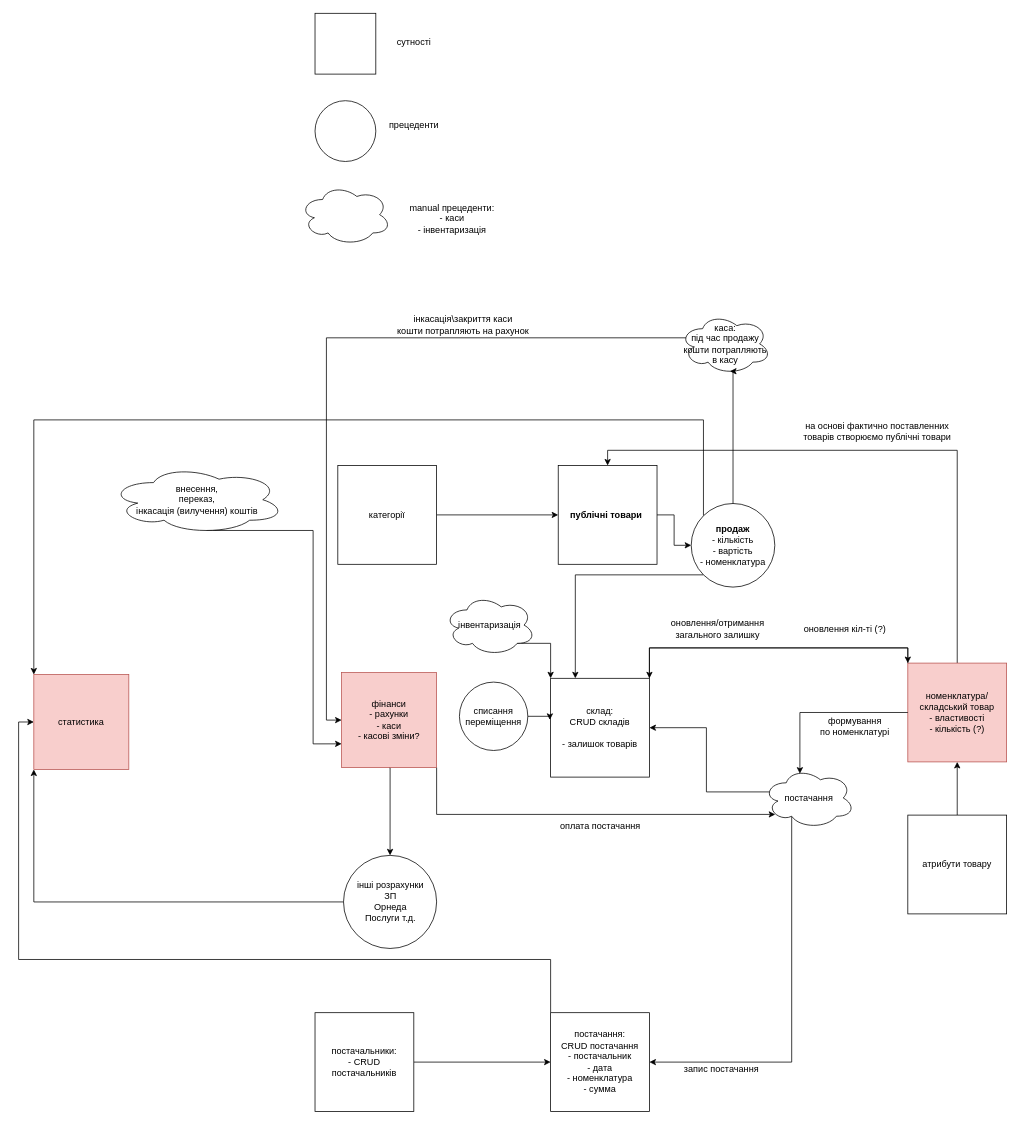
The draw.io diagram Диаграмма без названия.drawio in KostrebaDV/draw, before the edit. Source tidied: cells renumbered, new cells numbered last; positions are measured from the earlier drawing's top-left corner, leaving out a move shared by most shapes. Both pictures are drawn from the tidied source at 76%, with x=0, y=0 at pixel (18, 13).
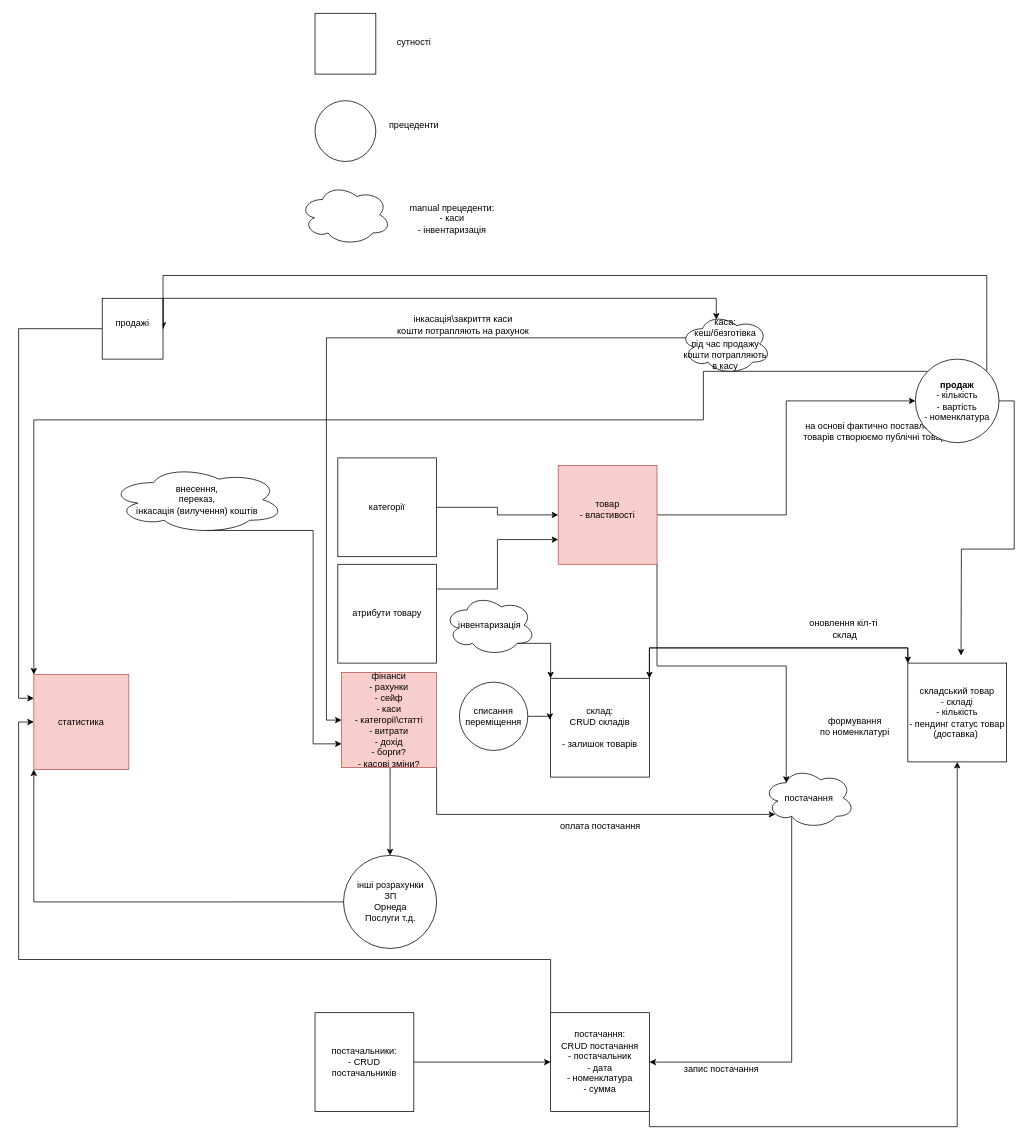
The same page after the edit.

Unchanged cells that the change refers to:
```xml
<mxCell id="8" value="склад:&lt;div&gt;CRUD складів&lt;/div&gt;&lt;div&gt;&lt;br&gt;&lt;/div&gt;&lt;div&gt;- залишок товарів&lt;/div&gt;" style="whiteSpace=wrap;html=1;" parent="1" vertex="1">
  <mxGeometry x="700" y="875" width="130" height="130" as="geometry" />
</mxCell>
<mxCell id="13" value="постачання:&lt;div&gt;CRUD постачання&lt;/div&gt;&lt;div&gt;- постачальник&lt;/div&gt;&lt;div&gt;- дата&lt;/div&gt;&lt;div&gt;- номенклатура&lt;/div&gt;&lt;div&gt;- сумма&lt;/div&gt;" style="whiteSpace=wrap;html=1;" parent="1" vertex="1">
  <mxGeometry x="700" y="1315" width="130" height="130" as="geometry" />
</mxCell>
<mxCell id="40" value="статистика" style="whiteSpace=wrap;html=1;fillColor=#f8cecc;strokeColor=#b85450;" parent="1" vertex="1">
  <mxGeometry x="20" y="870" width="125" height="125" as="geometry" />
</mxCell>
<mxCell id="47" value="постачання" style="ellipse;shape=cloud;whiteSpace=wrap;html=1;" parent="1" vertex="1">
  <mxGeometry x="980" y="992.5" width="120" height="80" as="geometry" />
</mxCell>
```

What changed in the source:
```diff
@@
-    <mxCell id="2" style="edgeStyle=orthogonalEdgeStyle;rounded=0;jettySize=auto;html=1;exitX=0.5;exitY=0;exitDx=0;exitDy=0;entryX=0.5;entryY=0;entryDx=0;entryDy=0;" parent="1" edge="1" source="3" target="5">
-      <mxGeometry relative="1" as="geometry" />
-    </mxCell>
-    <mxCell id="3" value="номенклатура/&lt;div&gt;складський товар&lt;div&gt;- властивості&lt;/div&gt;&lt;div&gt;- кількість (?&lt;span style=&quot;background-color: initial;&quot;&gt;)&lt;/span&gt;&lt;/div&gt;&lt;/div&gt;" style="whiteSpace=wrap;html=1;fillColor=#f8cecc;strokeColor=#b85450;" parent="1" vertex="1">
+    <mxCell id="3" value="&lt;div&gt;складський товар&lt;div&gt;- складі&lt;/div&gt;&lt;div&gt;- кількість&lt;/div&gt;&lt;div&gt;- пендинг статус товар (доставка)&amp;nbsp;&lt;/div&gt;&lt;/div&gt;" style="whiteSpace=wrap;html=1;" parent="1" vertex="1">
       <mxGeometry x="1170" y="855" width="130" height="130" as="geometry" />
     </mxCell>
@@
-    <mxCell id="5" value="&lt;b&gt;публічні товари&amp;nbsp;&lt;br&gt;&lt;/b&gt;" style="whiteSpace=wrap;html=1;" parent="1" vertex="1">
+    <mxCell id="5" value="&lt;div&gt;&lt;div&gt;товар&lt;/div&gt;&lt;div&gt;- властивості&lt;/div&gt;&lt;div&gt;&lt;br&gt;&lt;/div&gt;&lt;/div&gt;" style="whiteSpace=wrap;html=1;fillColor=#f8cecc;strokeColor=#b85450;" parent="1" vertex="1">
       <mxGeometry x="710" y="595" width="130" height="130" as="geometry" />
     </mxCell>
@@
-    <mxCell id="11" style="edgeStyle=orthogonalEdgeStyle;rounded=0;jettySize=auto;html=1;entryX=0.4;entryY=0.1;entryDx=0;entryDy=0;entryPerimeter=0;" parent="1" edge="1" source="3" target="47">
-      <mxGeometry relative="1" as="geometry" />
-    </mxCell>
@@
+    <mxCell id="52" style="edgeStyle=orthogonalEdgeStyle;rounded=0;jettySize=auto;html=1;exitX=1;exitY=1;exitDx=0;exitDy=0;entryX=0.5;entryY=1;entryDx=0;entryDy=0;" parent="1" edge="1" source="13" target="3">
+      <mxGeometry relative="1" as="geometry" />
+    </mxCell>
@@
-    <mxCell id="16" style="edgeStyle=orthogonalEdgeStyle;rounded=0;jettySize=auto;html=1;exitX=0;exitY=1;exitDx=0;exitDy=0;entryX=0.25;entryY=0;entryDx=0;entryDy=0;" parent="1" edge="1" source="18" target="8">
-      <mxGeometry relative="1" as="geometry" />
-    </mxCell>
@@
+    <mxCell id="53" style="edgeStyle=orthogonalEdgeStyle;rounded=0;jettySize=auto;html=1;exitX=1;exitY=0.5;exitDx=0;exitDy=0;" parent="1" edge="1" source="18">
+      <mxGeometry relative="1" as="geometry">
+        <mxPoint x="1240" y="845" as="targetPoint" />
+      </mxGeometry>
+    </mxCell>
+    <mxCell id="54" style="edgeStyle=orthogonalEdgeStyle;rounded=0;jettySize=auto;html=1;exitX=1;exitY=0;exitDx=0;exitDy=0;entryX=1;entryY=0.5;entryDx=0;entryDy=0;" parent="1" edge="1" source="18" target="58">
+      <mxGeometry relative="1" as="geometry">
+        <Array as="points">
+          <mxPoint x="1274" y="345" />
+          <mxPoint x="190" y="345" />
+        </Array>
+      </mxGeometry>
+    </mxCell>
     <mxCell id="18" value="&lt;b&gt;продаж&lt;/b&gt;&lt;div&gt;- кількість&lt;/div&gt;&lt;div&gt;- вартість&lt;/div&gt;&lt;div&gt;- номенклатура&lt;/div&gt;" style="ellipse;whiteSpace=wrap;html=1;" parent="1" vertex="1">
-      <mxGeometry x="885" y="645" width="110" height="110" as="geometry" />
+      <mxGeometry x="1180" y="455" width="110" height="110" as="geometry" />
     </mxCell>
-    <mxCell id="19" value="оновлення кіл-ті (?&lt;span style=&quot;background-color: initial;&quot;&gt;)&lt;/span&gt;" style="text;html=1;align=center;verticalAlign=middle;whiteSpace=wrap;rounded=0;" parent="1" vertex="1">
+    <mxCell id="19" value="оновлення кіл-ті&amp;nbsp;&lt;div&gt;склад&lt;/div&gt;" style="text;html=1;align=center;verticalAlign=middle;whiteSpace=wrap;rounded=0;" parent="1" vertex="1">
       <mxGeometry x="1030" y="795" width="115" height="30" as="geometry" />
     </mxCell>
-    <mxCell id="20" value="оновлення/отримання загального залишку" style="text;html=1;align=center;verticalAlign=middle;whiteSpace=wrap;rounded=0;" parent="1" vertex="1">
-      <mxGeometry x="850" y="795" width="140" height="30" as="geometry" />
-    </mxCell>
-    <mxCell id="21" style="edgeStyle=orthogonalEdgeStyle;rounded=0;jettySize=auto;html=1;entryX=0.5;entryY=1;entryDx=0;entryDy=0;" parent="1" edge="1" source="22" target="3">
-      <mxGeometry relative="1" as="geometry" />
-    </mxCell>
+    <mxCell id="55" style="edgeStyle=orthogonalEdgeStyle;rounded=0;jettySize=auto;html=1;exitX=1;exitY=0.25;exitDx=0;exitDy=0;entryX=0;entryY=0.75;entryDx=0;entryDy=0;" parent="1" edge="1" source="22" target="5">
+      <mxGeometry relative="1" as="geometry" />
+    </mxCell>
     <mxCell id="22" value="атрибути товару" style="whiteSpace=wrap;html=1;" parent="1" vertex="1">
-      <mxGeometry x="1170" y="1055" width="130" height="130" as="geometry" />
+      <mxGeometry x="420" y="725" width="130" height="130" as="geometry" />
     </mxCell>
@@
     <mxCell id="24" value="категорії" style="whiteSpace=wrap;html=1;" parent="1" vertex="1">
-      <mxGeometry x="420" y="595" width="130" height="130" as="geometry" />
+      <mxGeometry x="420" y="585" width="130" height="130" as="geometry" />
     </mxCell>
@@
-    <mxCell id="26" value="фінанси&lt;div&gt;- рахунки&lt;/div&gt;&lt;div&gt;- каси&lt;/div&gt;&lt;div&gt;- касові зміни?&lt;/div&gt;" style="whiteSpace=wrap;html=1;fillColor=#f8cecc;strokeColor=#b85450;" parent="1" vertex="1">
+    <mxCell id="26" value="фінанси&lt;div&gt;- рахунки&lt;/div&gt;&lt;div&gt;- сейф&lt;/div&gt;&lt;div&gt;- каси&lt;/div&gt;&lt;div&gt;- категорії\статті&lt;/div&gt;&lt;div&gt;- витрати&lt;/div&gt;&lt;div&gt;- дохід&lt;/div&gt;&lt;div&gt;- борги?&lt;/div&gt;&lt;div&gt;- касові зміни?&lt;/div&gt;" style="whiteSpace=wrap;html=1;fillColor=#f8cecc;strokeColor=#b85450;" parent="1" vertex="1">
       <mxGeometry x="425" y="867.5" width="125" height="125" as="geometry" />
     </mxCell>
@@
-    <mxCell id="28" value="каса:&lt;div&gt;під час продажу кошти потрапляють в касу&lt;/div&gt;" style="ellipse;shape=cloud;whiteSpace=wrap;html=1;" parent="1" vertex="1">
+    <mxCell id="28" value="каса:&lt;div&gt;кеш/безготівка&lt;br&gt;&lt;div&gt;під час продажу кошти потрапляють в касу&lt;/div&gt;&lt;/div&gt;" style="ellipse;shape=cloud;whiteSpace=wrap;html=1;" parent="1" vertex="1">
       <mxGeometry x="870" y="395" width="120" height="80" as="geometry" />
     </mxCell>
-    <mxCell id="29" style="edgeStyle=orthogonalEdgeStyle;rounded=0;jettySize=auto;html=1;exitX=0.5;exitY=0;exitDx=0;exitDy=0;entryX=0.55;entryY=0.95;entryDx=0;entryDy=0;entryPerimeter=0;" parent="1" edge="1" source="18" target="28">
-      <mxGeometry relative="1" as="geometry">
-        <Array as="points">
-          <mxPoint x="940" y="471" />
-        </Array>
-      </mxGeometry>
-    </mxCell>
@@
-    <mxCell id="45" style="edgeStyle=orthogonalEdgeStyle;rounded=0;jettySize=auto;html=1;exitX=0.07;exitY=0.4;exitDx=0;exitDy=0;exitPerimeter=0;entryX=1;entryY=0.5;entryDx=0;entryDy=0;" parent="1" edge="1" source="47" target="8">
-      <mxGeometry relative="1" as="geometry" />
-    </mxCell>
@@
+    <mxCell id="56" style="edgeStyle=orthogonalEdgeStyle;rounded=0;jettySize=auto;html=1;exitX=1;exitY=1;exitDx=0;exitDy=0;entryX=0.25;entryY=0.25;entryDx=0;entryDy=0;entryPerimeter=0;" parent="1" edge="1" source="5" target="47">
+      <mxGeometry relative="1" as="geometry" />
+    </mxCell>
+    <mxCell id="57" style="edgeStyle=orthogonalEdgeStyle;rounded=0;jettySize=auto;html=1;exitX=0;exitY=0.5;exitDx=0;exitDy=0;entryX=0;entryY=0.25;entryDx=0;entryDy=0;" parent="1" edge="1" source="58" target="40">
+      <mxGeometry relative="1" as="geometry" />
+    </mxCell>
+    <mxCell id="58" value="продажі&lt;div&gt;&lt;br&gt;&lt;/div&gt;" style="whiteSpace=wrap;html=1;" parent="1" vertex="1">
+      <mxGeometry x="110" y="375" width="80" height="80" as="geometry" />
+    </mxCell>
+    <mxCell id="59" style="edgeStyle=orthogonalEdgeStyle;rounded=0;jettySize=auto;html=1;exitX=1;exitY=0.5;exitDx=0;exitDy=0;entryX=0.4;entryY=0.1;entryDx=0;entryDy=0;entryPerimeter=0;" parent="1" edge="1" source="58" target="28">
+      <mxGeometry relative="1" as="geometry">
+        <Array as="points">
+          <mxPoint x="190" y="375" />
+          <mxPoint x="918" y="375" />
+        </Array>
+      </mxGeometry>
+    </mxCell>
```
